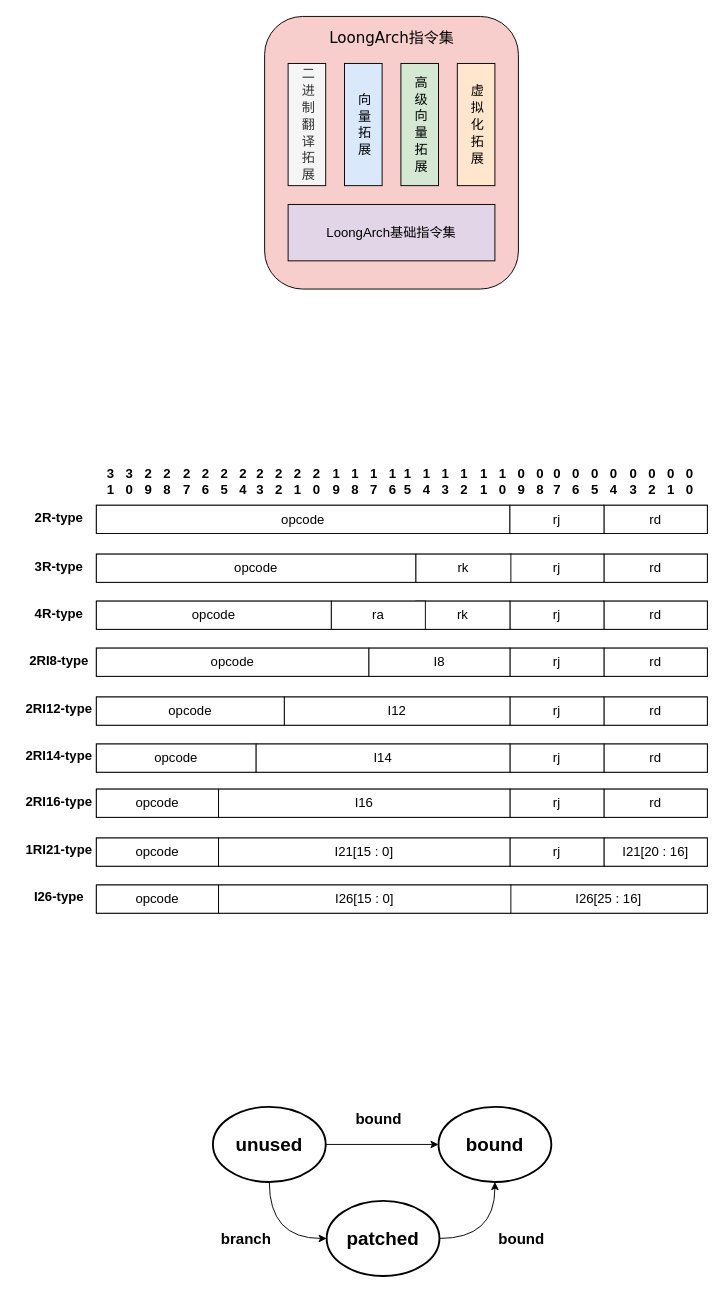
f123888/Draw.IO keeps this draw.io diagram as LoongArch.drawio. Above is the earlier version. Source tidied: cells renumbered, new cells numbered last; positions are measured from the earlier drawing's top-left corner, leaving out a move shared by most shapes. Both pictures are drawn from the tidied source at 94%, with x=0, y=0 at pixel (16, 16).
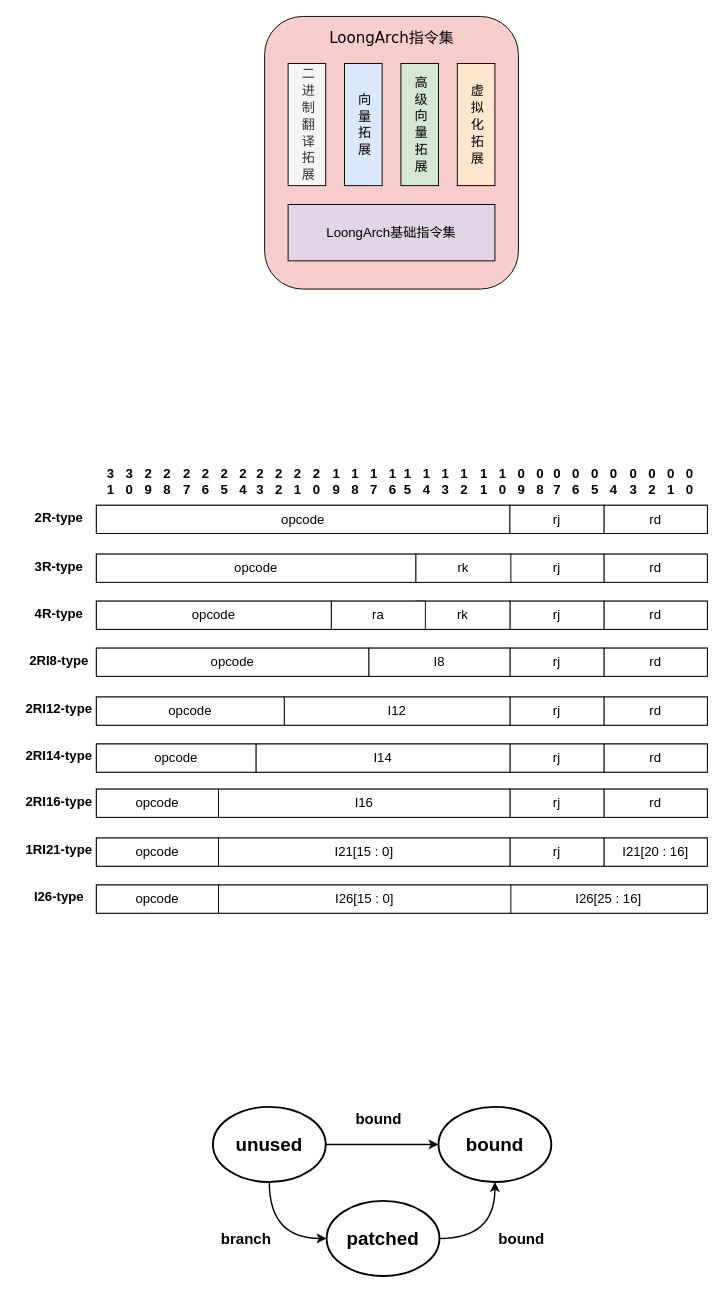
After the change.

The change refers to these unchanged cells:
```xml
<mxCell id="96" value="&lt;b style=&quot;&quot;&gt;&lt;font style=&quot;font-size: 20px;&quot;&gt;unused&lt;/font&gt;&lt;/b&gt;" style="ellipse;whiteSpace=wrap;html=1;strokeWidth=2;" parent="1" vertex="1">
  <mxGeometry x="209" y="1160" width="120" height="80" as="geometry" />
</mxCell>
<mxCell id="97" value="&lt;b style=&quot;&quot;&gt;&lt;font style=&quot;font-size: 20px;&quot;&gt;bound&lt;/font&gt;&lt;/b&gt;" style="ellipse;whiteSpace=wrap;html=1;strokeWidth=2;" parent="1" vertex="1">
  <mxGeometry x="449" y="1160" width="120" height="80" as="geometry" />
</mxCell>
<mxCell id="99" value="&lt;b style=&quot;&quot;&gt;&lt;font style=&quot;font-size: 20px;&quot;&gt;patched&lt;/font&gt;&lt;/b&gt;" style="ellipse;whiteSpace=wrap;html=1;strokeWidth=2;" parent="1" vertex="1">
  <mxGeometry x="330" y="1260" width="120" height="80" as="geometry" />
</mxCell>
```

The edit, as a diff of the source:
```diff
@@
-    <mxCell id="94" style="edgeStyle=orthogonalEdgeStyle;rounded=0;jettySize=auto;html=1;exitX=1;exitY=0.5;exitDx=0;exitDy=0;entryX=0;entryY=0.5;entryDx=0;entryDy=0;" parent="1" edge="1" source="96" target="97">
+    <mxCell id="94" style="edgeStyle=orthogonalEdgeStyle;rounded=0;jettySize=auto;html=1;exitX=1;exitY=0.5;exitDx=0;exitDy=0;entryX=0;entryY=0.5;entryDx=0;entryDy=0;strokeWidth=1.5;" parent="1" edge="1" source="96" target="97">
       <mxGeometry relative="1" as="geometry" />
     </mxCell>
-    <mxCell id="95" style="edgeStyle=orthogonalEdgeStyle;rounded=0;jettySize=auto;html=1;exitX=0.5;exitY=1;exitDx=0;exitDy=0;entryX=0;entryY=0.5;entryDx=0;entryDy=0;curved=1;" parent="1" edge="1" source="96" target="99">
+    <mxCell id="95" style="edgeStyle=orthogonalEdgeStyle;rounded=0;jettySize=auto;html=1;exitX=0.5;exitY=1;exitDx=0;exitDy=0;entryX=0;entryY=0.5;entryDx=0;entryDy=0;curved=1;strokeWidth=1.5;" parent="1" edge="1" source="96" target="99">
       <mxGeometry relative="1" as="geometry" />
     </mxCell>
@@
-    <mxCell id="98" style="edgeStyle=orthogonalEdgeStyle;rounded=0;jettySize=auto;html=1;exitX=1;exitY=0.5;exitDx=0;exitDy=0;entryX=0.5;entryY=1;entryDx=0;entryDy=0;curved=1;" parent="1" edge="1" source="99" target="97">
+    <mxCell id="98" style="edgeStyle=orthogonalEdgeStyle;rounded=0;jettySize=auto;html=1;exitX=1;exitY=0.5;exitDx=0;exitDy=0;entryX=0.5;entryY=1;entryDx=0;entryDy=0;curved=1;strokeWidth=1.5;" parent="1" edge="1" source="99" target="97">
       <mxGeometry relative="1" as="geometry" />
     </mxCell>
```
